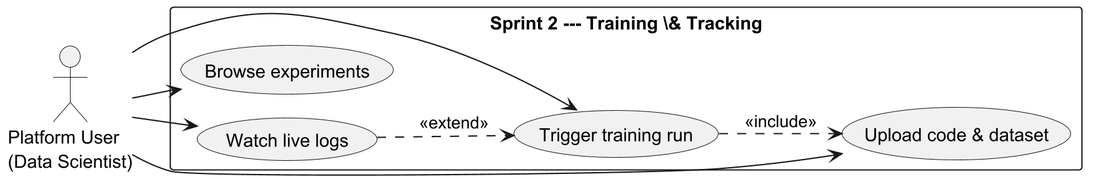
Above: report/images/uc_sprint2.png in Firas-Mahjoubi/pfe-mlops (PlantUML), before the change. Source of this version:
```plantuml
@startuml uc_sprint2
!pragma layout smetana
skinparamlocked dpi 200
left to right direction
skinparam packageStyle rectangle
skinparam shadowing false

actor "Platform User\n(Data Scientist)" as User

rectangle "Sprint 2 --- Training \& Tracking" {
  usecase "Upload code & dataset" as UC1
  usecase "Trigger training run"  as UC2
  usecase "Watch live logs"       as UC3
  usecase "Browse experiments"    as UC4
}

User --> UC1
User --> UC2
User --> UC3
User --> UC4

UC2 ..> UC1 : <<include>>
UC3 ..> UC2 : <<extend>>
@enduml
```
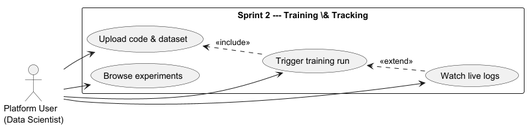
The same diagram one commit later.

The edit, as a diff of the source:
```diff
@@ -1,6 +1,5 @@
 @startuml uc_sprint2
 !pragma layout smetana
-skinparamlocked dpi 200
 left to right direction
 skinparam packageStyle rectangle
 skinparam shadowing false
@@ -19,6 +18,9 @@
 User --> UC3
 User --> UC4
 
+UC1 -[hidden]- UC2
+UC2 -[hidden]- UC3
+
 UC2 ..> UC1 : <<include>>
 UC3 ..> UC2 : <<extend>>
 @enduml
```
